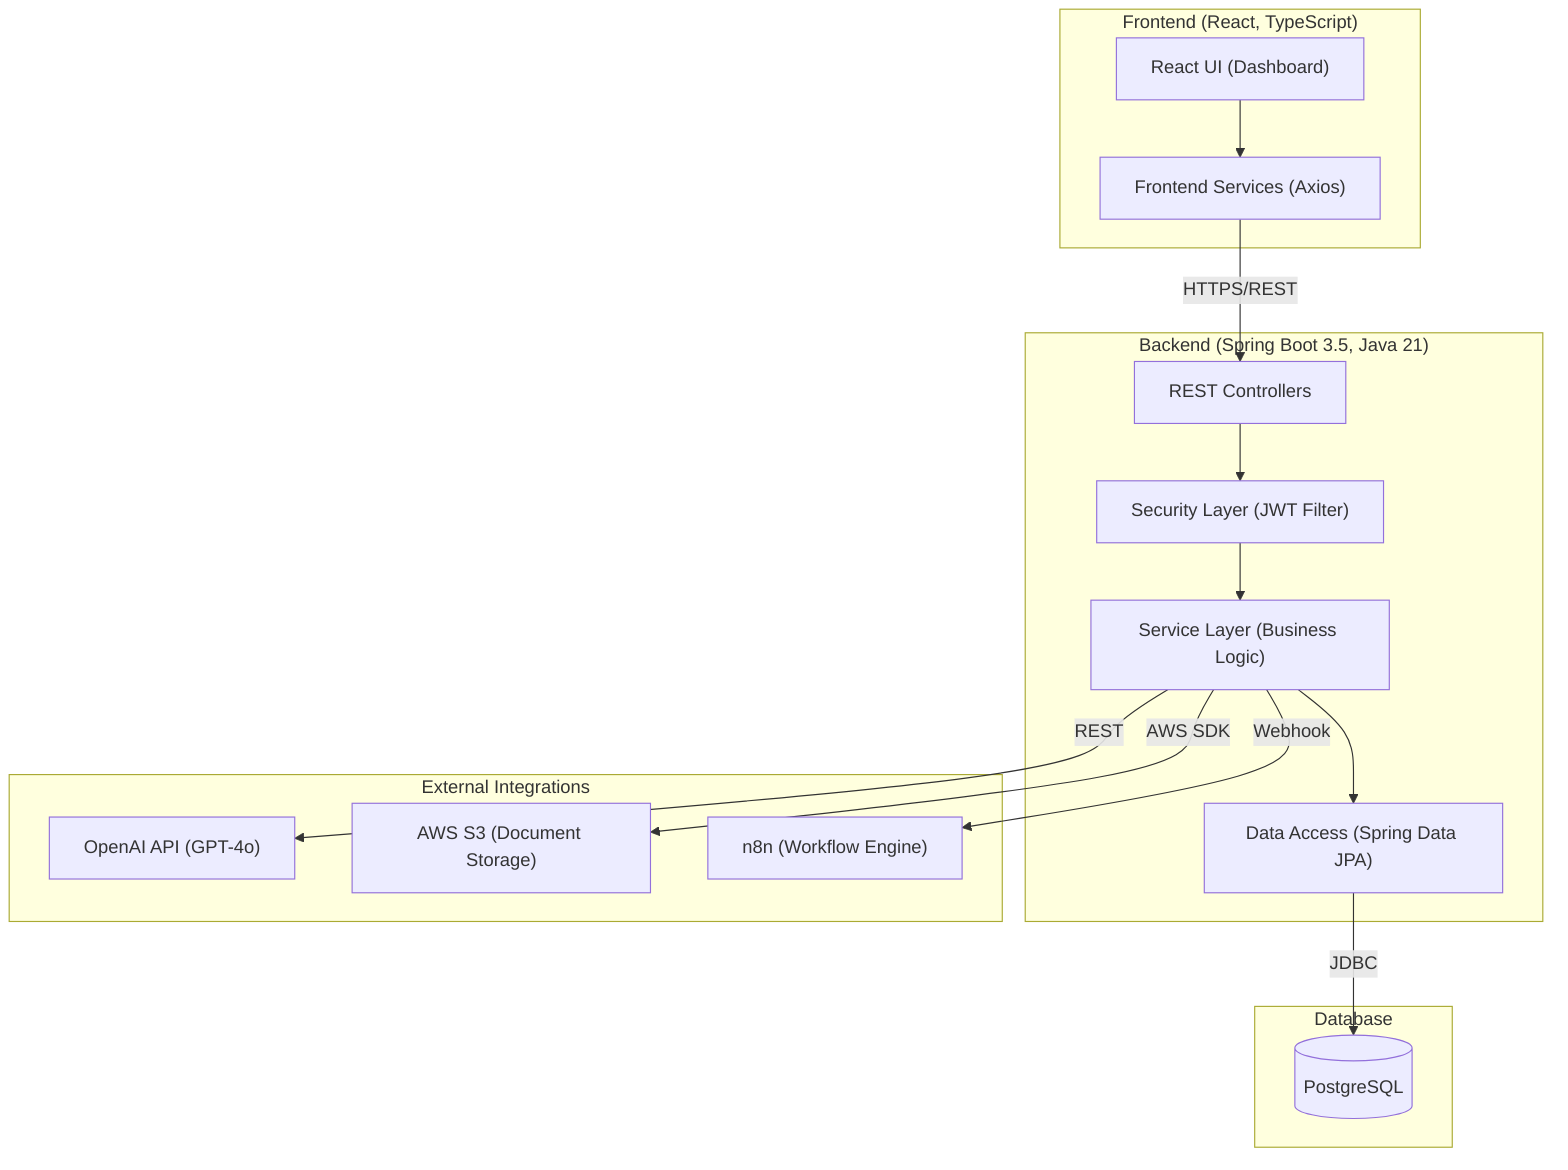
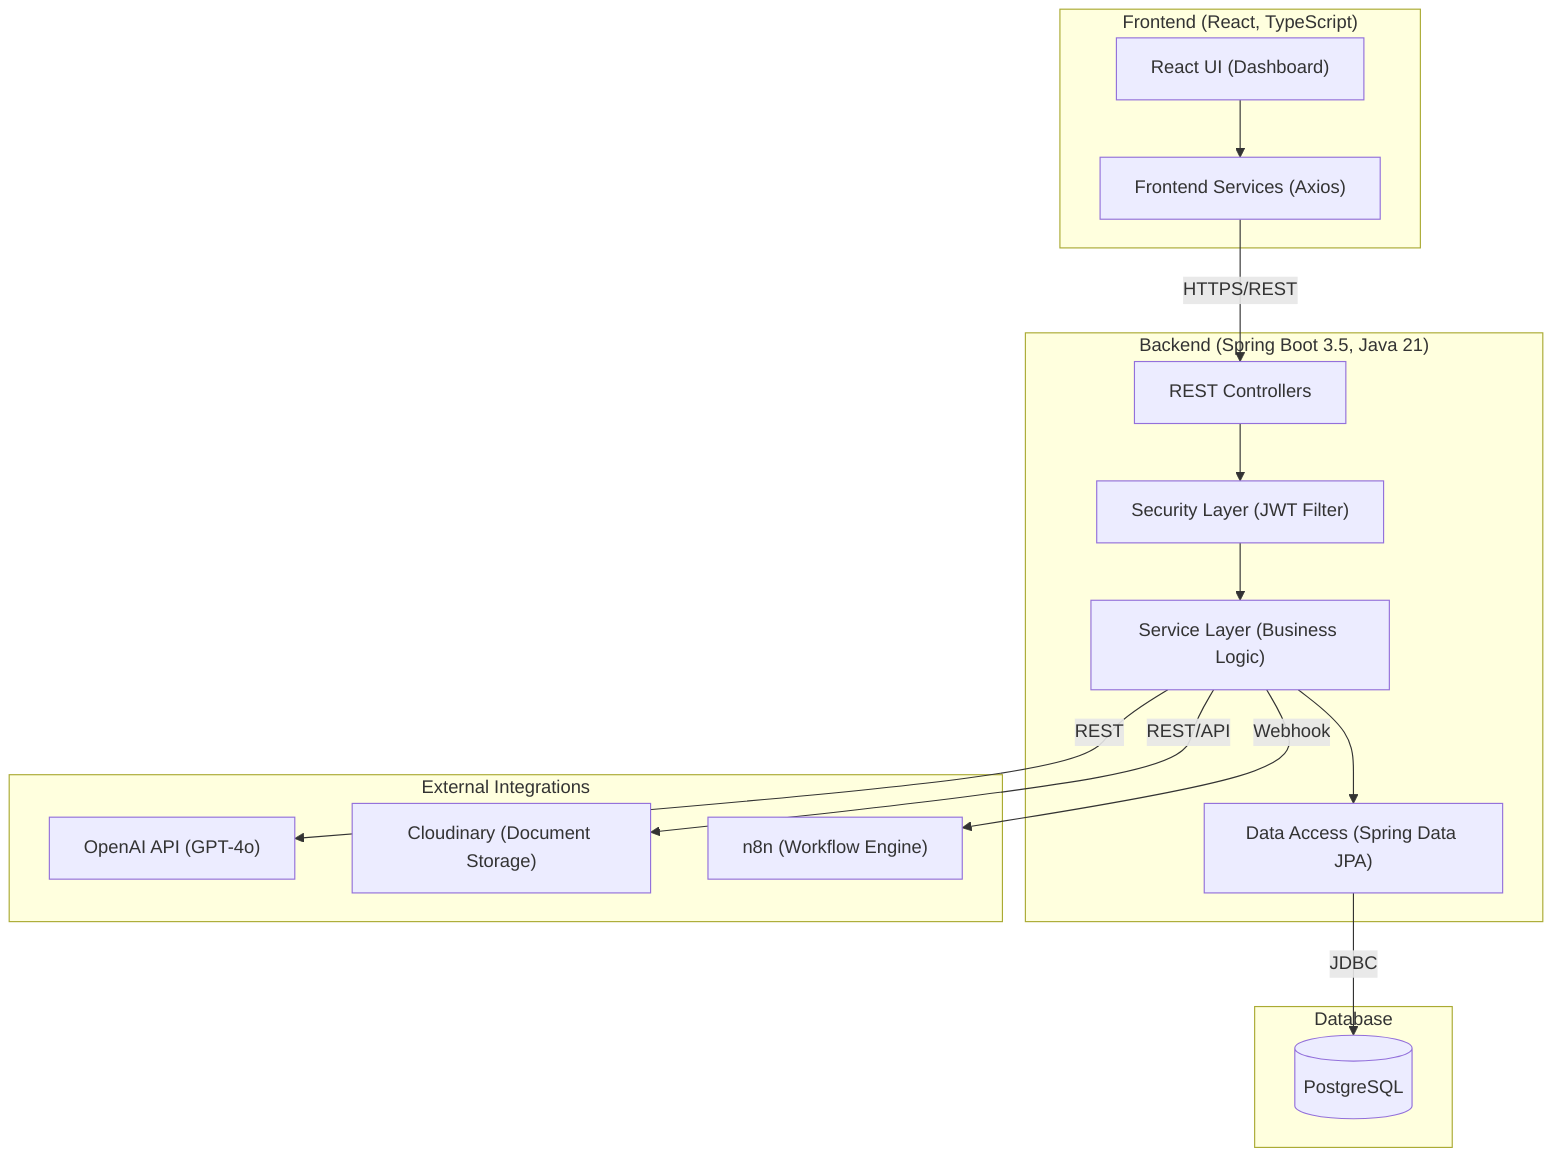
graph TD
    %% Frontend Layer
    subgraph Frontend ["Frontend (React, TypeScript)"]
        UI["React UI (Dashboard)"]
        Services["Frontend Services (Axios)"]
        UI --> Services
    end

    %% Backend Layer
    subgraph Backend ["Backend (Spring Boot 3.5, Java 21)"]
        Controllers["REST Controllers"]
        ServiceLayer["Service Layer (Business Logic)"]
        DataLayer["Data Access (Spring Data JPA)"]
        Security["Security Layer (JWT Filter)"]

        Controllers --> Security
        Security --> ServiceLayer
        ServiceLayer --> DataLayer
    end

    %% Database Layer
    subgraph Database ["Database"]
        PostgreSQL[(PostgreSQL)]
    end

    %% External Services
    subgraph External ["External Integrations"]
        OpenAI["OpenAI API (GPT-4o)"]
-         S3["AWS S3 (Document Storage)"]
+         Storage["Cloudinary (Document Storage)"]
        n8n["n8n (Workflow Engine)"]
    end

    %% Connections
    Services -- "HTTPS/REST" --> Controllers
    DataLayer -- "JDBC" --> PostgreSQL
    ServiceLayer -- "REST" --> OpenAI
-     ServiceLayer -- "AWS SDK" --> S3
+     ServiceLayer -- "REST/API" --> Storage
    ServiceLayer -- "Webhook" --> n8n
